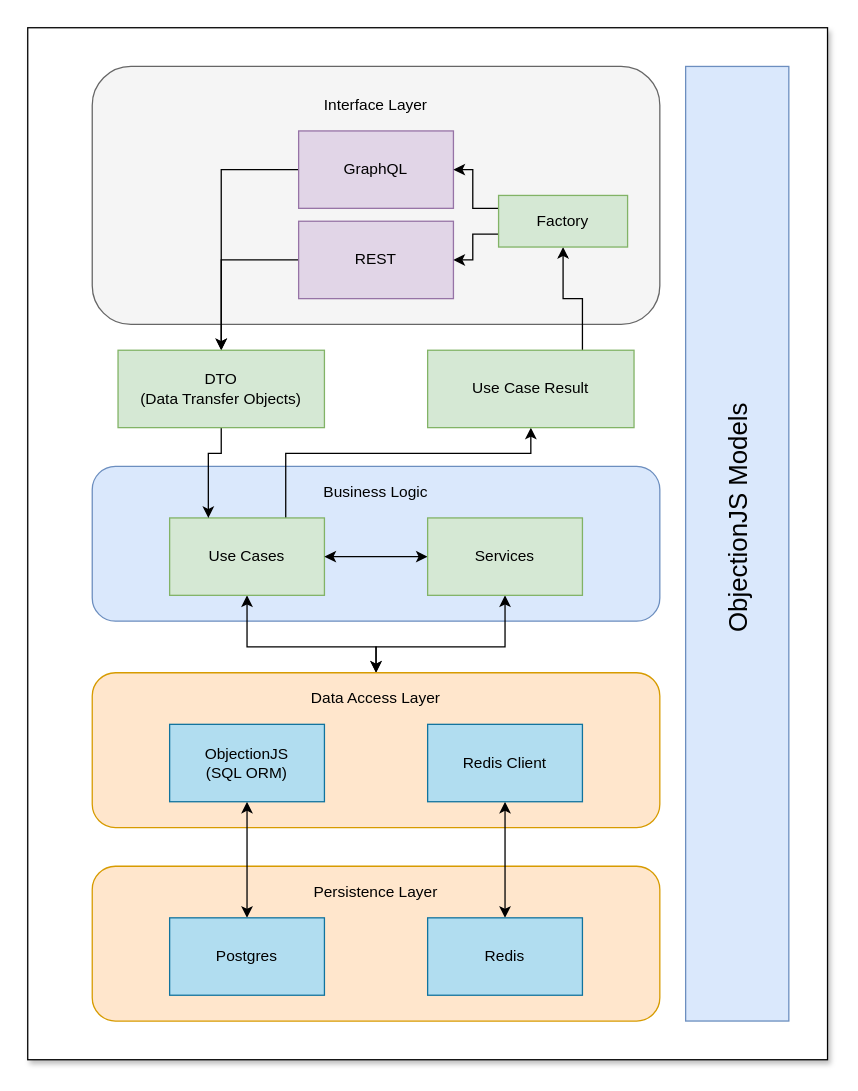
The draw.io diagram recommended-workflow.drawio in cerinoligutom/GraphQL-Starter, before the edit. Source tidied: cells renumbered, new cells numbered last; positions are measured from the earlier drawing's top-left corner, leaving out a move shared by most shapes. Both pictures are drawn from the tidied source at 129%, with x=0, y=0 at pixel (27, 27).
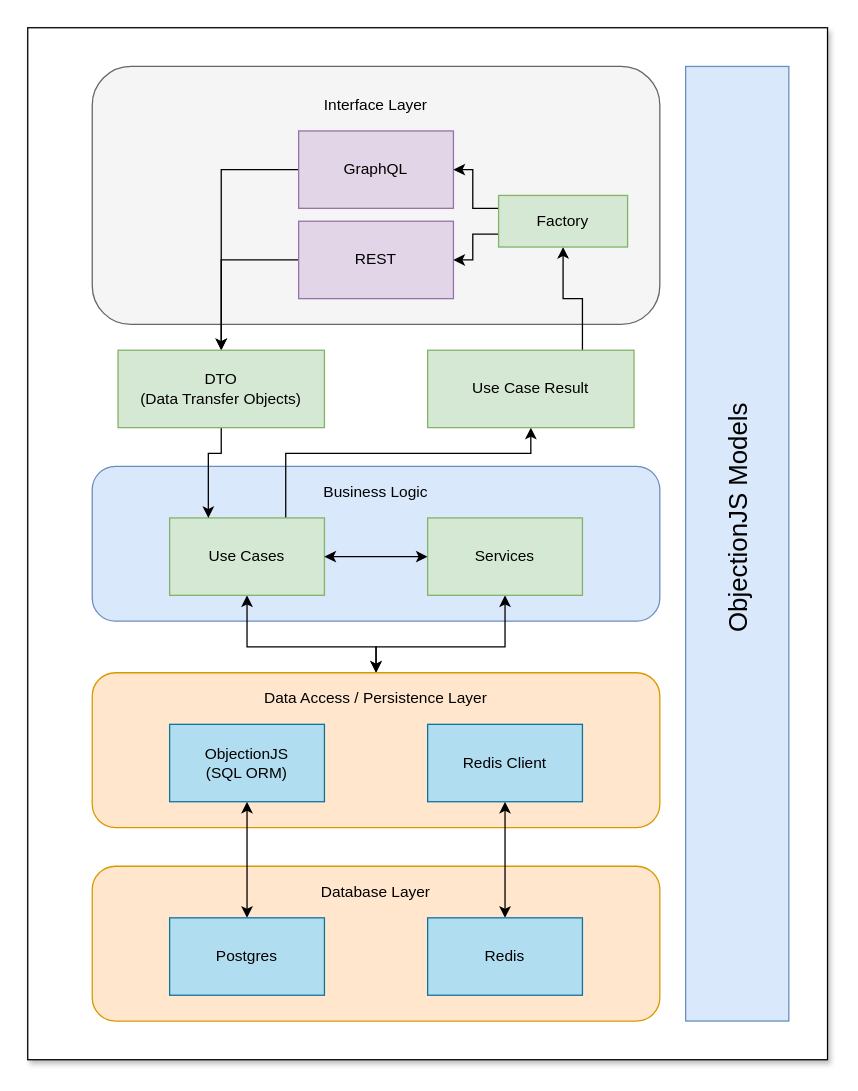
After the change.

Diff of the diagram source:
```diff
@@
-    <mxCell id="23" value="Data Access Layer" style="text;html=1;strokeColor=none;fillColor=none;align=center;verticalAlign=middle;whiteSpace=wrap;rounded=0;" parent="1" vertex="1">
-      <mxGeometry x="210" y="510" width="120" height="20" as="geometry" />
+    <mxCell id="23" value="Data Access / Persistence Layer" style="text;html=1;strokeColor=none;fillColor=none;align=center;verticalAlign=middle;whiteSpace=wrap;rounded=0;" parent="1" vertex="1">
+      <mxGeometry x="160" y="510" width="220" height="20" as="geometry" />
     </mxCell>
@@
-    <mxCell id="27" value="Persistence Layer" style="text;html=1;strokeColor=none;fillColor=none;align=center;verticalAlign=middle;whiteSpace=wrap;rounded=0;" parent="1" vertex="1">
+    <mxCell id="27" value="Database Layer" style="text;html=1;strokeColor=none;fillColor=none;align=center;verticalAlign=middle;whiteSpace=wrap;rounded=0;" parent="1" vertex="1">
       <mxGeometry x="210" y="660" width="120" height="20" as="geometry" />
     </mxCell>
```
